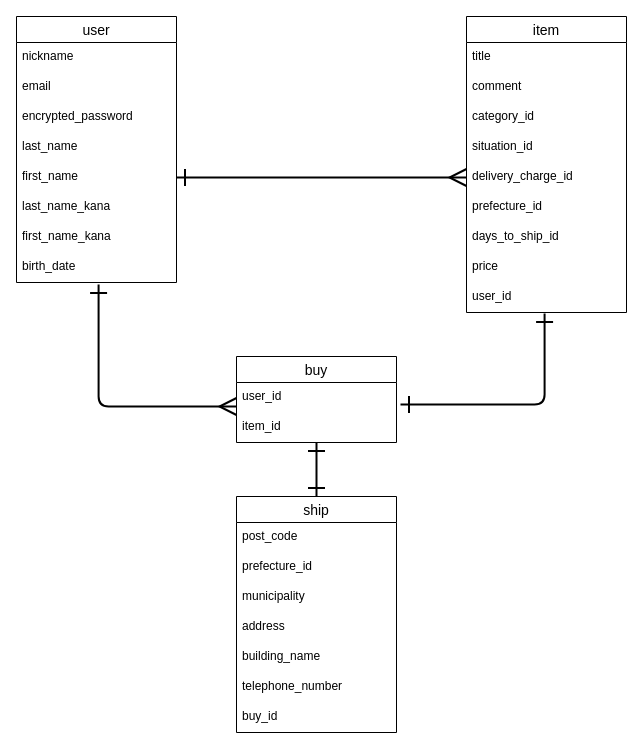
Earlier version of the draw.io diagram test.dio (murakami-m/furima-37299). Source tidied: cells renumbered, new cells numbered last; positions are measured from the earlier drawing's top-left corner, leaving out a move shared by most shapes. Both pictures are drawn from the tidied source at 100%, with x=0, y=0 at pixel (16, 16).
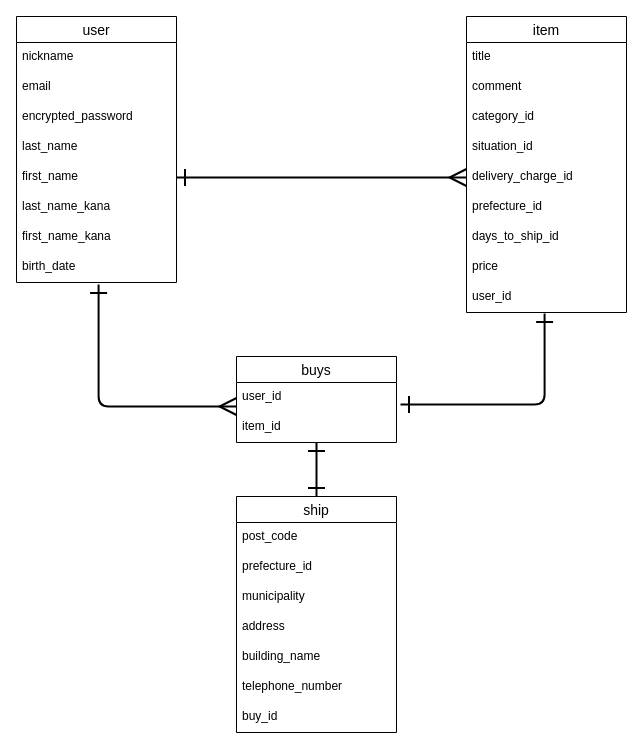
The same diagram, later.

Commit message (it also covers changes not shown here):
テーブル名の修正

Diff of the diagram source:
```diff
@@
-    <mxCell id="21" value="buy" style="swimlane;fontStyle=0;horizontal=1;startSize=26;align=center;fontSize=14;" parent="1" vertex="1">
+    <mxCell id="21" value="buys" style="swimlane;fontStyle=0;horizontal=1;startSize=26;align=center;fontSize=14;" parent="1" vertex="1">
       <mxGeometry x="220" y="340" width="160" height="86" as="geometry" />
     </mxCell>
```
